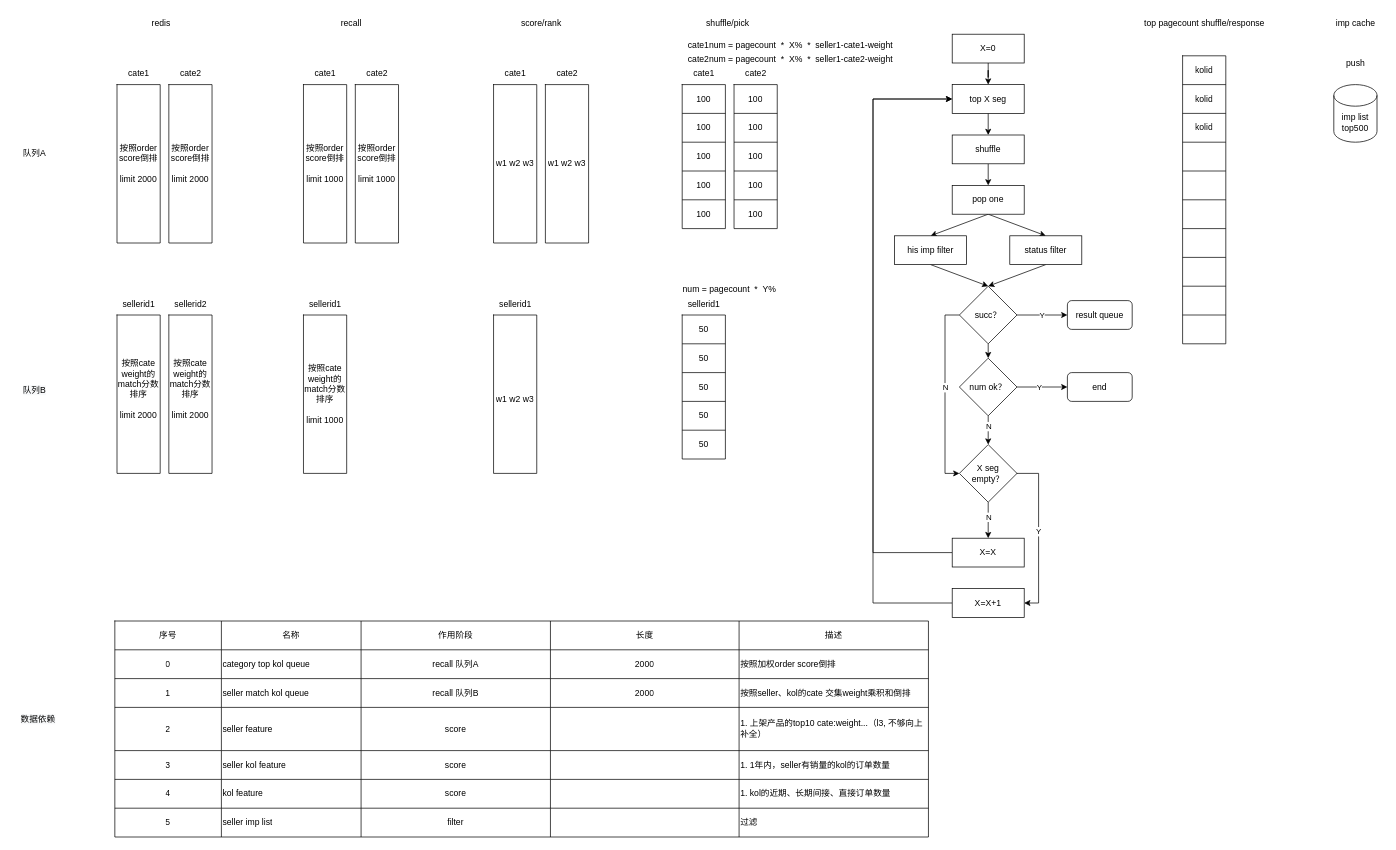
Above: tutu/kol.drawio in hpsdy/diagram (draw.io), before the change. Source tidied: cells renumbered, new cells numbered last; positions are measured from the earlier drawing's top-left corner, leaving out a move shared by most shapes. Both pictures are drawn from the tidied source at 72%, with x=0, y=0 at pixel (12, 12).
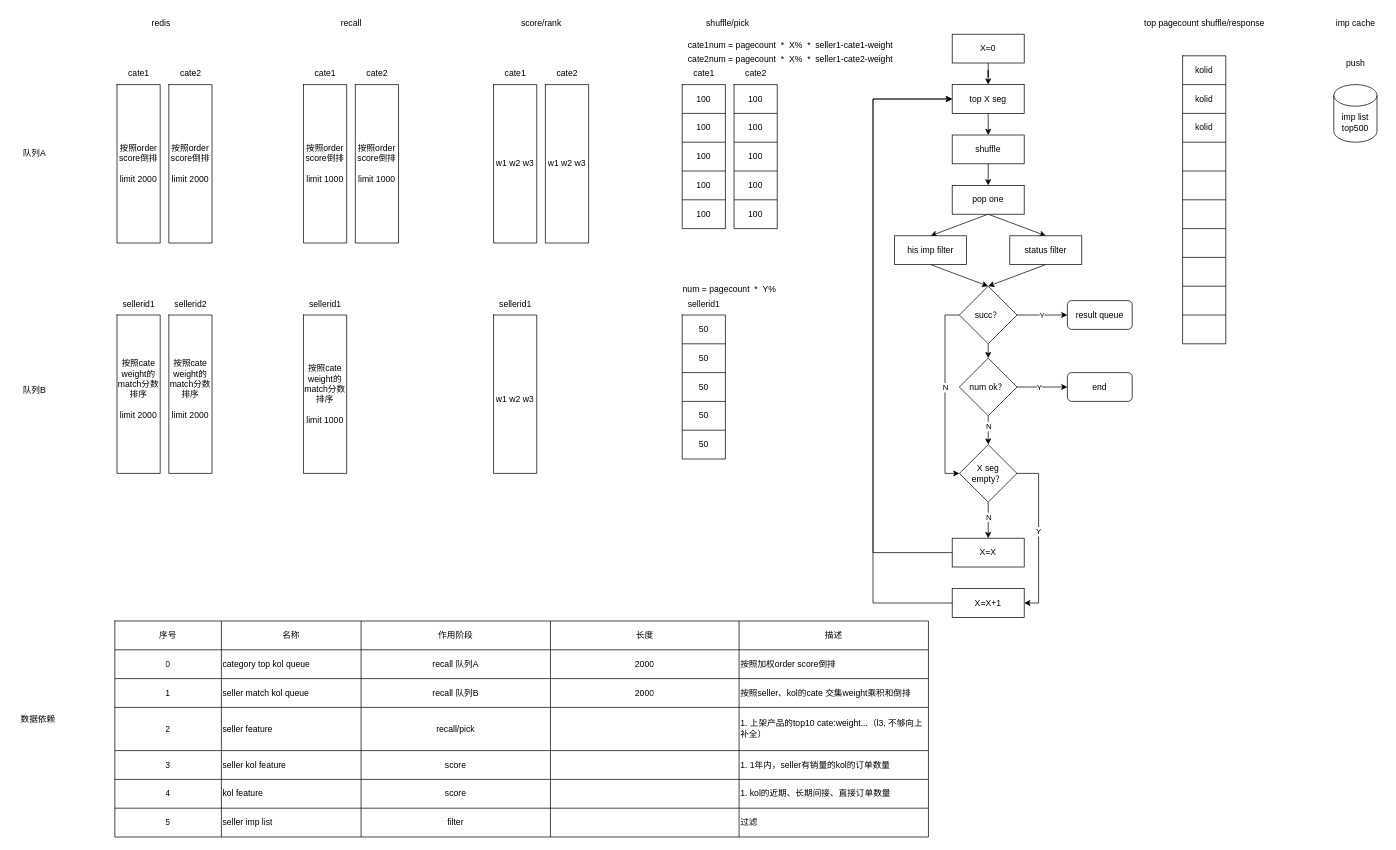
Above is the later version.

Unchanged cells that the change refers to:
```xml
<mxCell id="165" style="shape=tableRow;horizontal=0;startSize=0;swimlaneHead=0;swimlaneBody=0;top=0;left=0;bottom=0;right=0;fillColor=none;" parent="146" vertex="1">
  <mxGeometry y="120" width="1130" height="60" as="geometry" />
</mxCell>
```

What changed in the source:
```diff
@@
-    <mxCell id="168" value="score" style="shape=partialRectangle;html=1;whiteSpace=wrap;overflow=hidden;fillColor=none;top=0;left=0;bottom=0;right=0;" parent="165" vertex="1">
+    <mxCell id="168" value="recall/pick" style="shape=partialRectangle;html=1;whiteSpace=wrap;overflow=hidden;fillColor=none;top=0;left=0;bottom=0;right=0;" parent="165" vertex="1">
       <mxGeometry x="342" width="263" height="60" as="geometry" />
     </mxCell>
```
